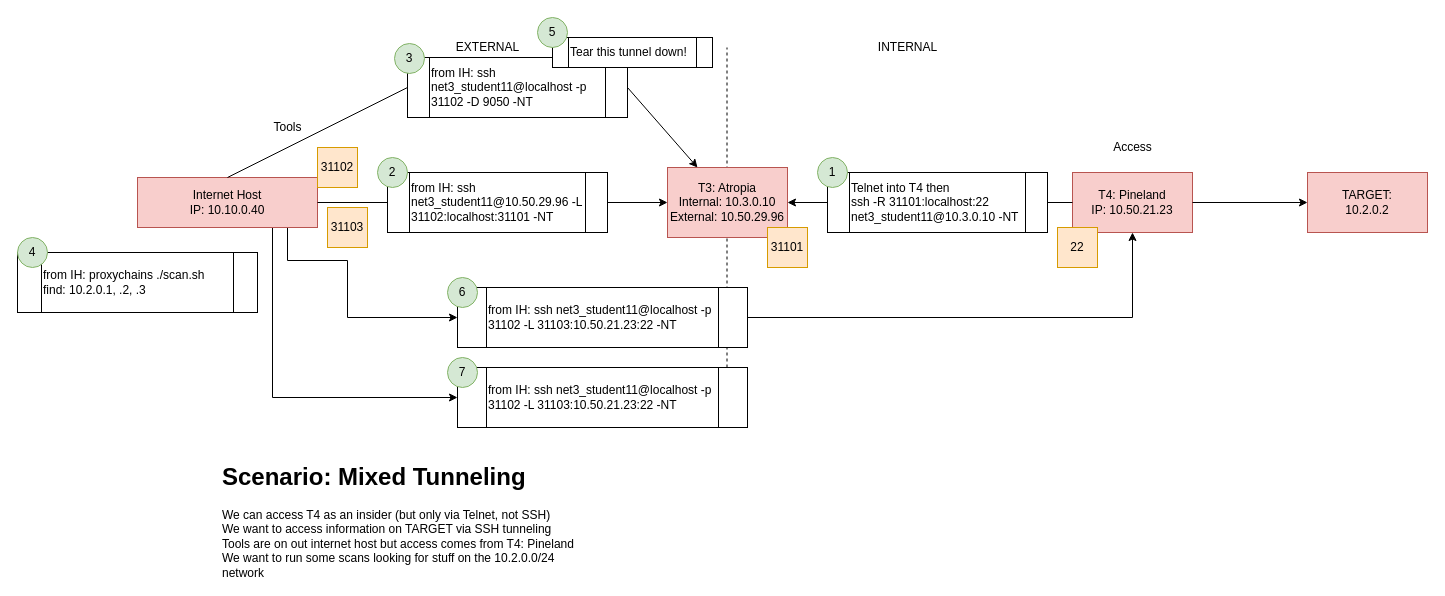
Above: ctf/CTF_tunneling8.drawio in abfarr/cctc (draw.io), before the change. Source tidied: cells renumbered, new cells numbered last; positions are measured from the earlier drawing's top-left corner, leaving out a move shared by most shapes. Both pictures are drawn from the tidied source at 100%, with x=0, y=0 at pixel (17, 17).
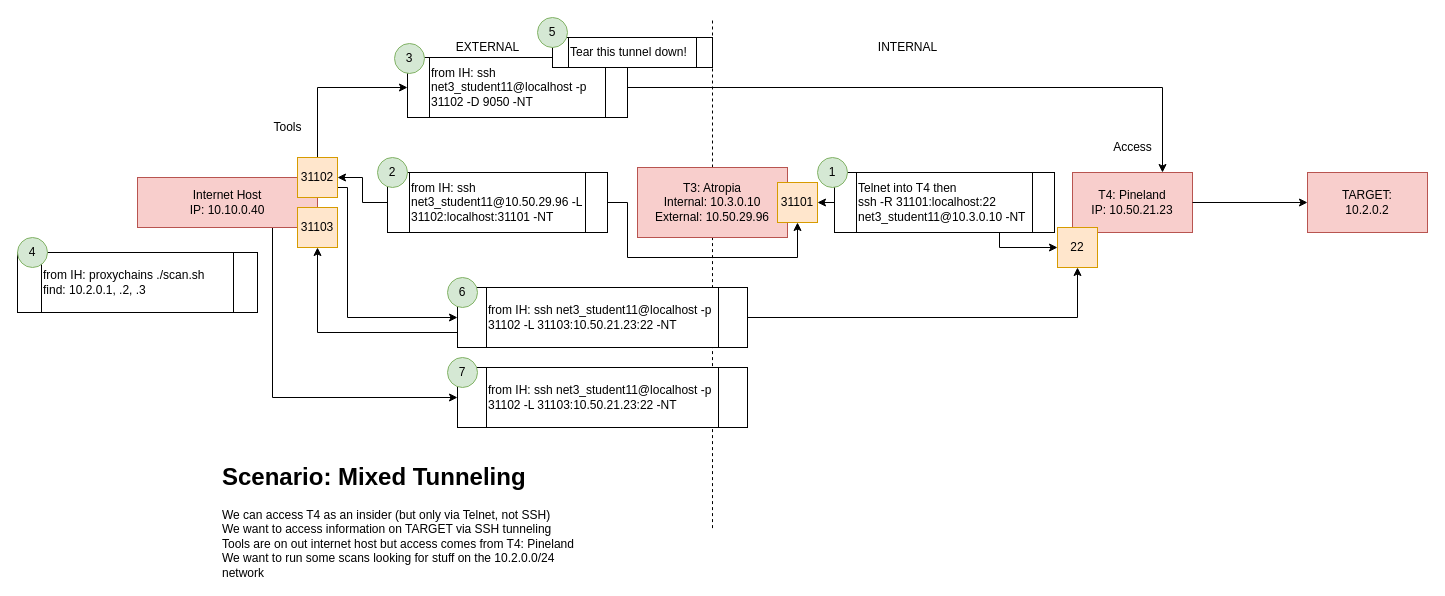
The same page after the edit.

Unchanged cells that the change refers to:
```xml
<mxCell id="5" value="Internet Host&lt;br&gt;IP: 10.10.0.40" style="rounded=0;whiteSpace=wrap;html=1;fillColor=#f8cecc;strokeColor=#b85450;" parent="1" vertex="1">
  <mxGeometry x="120" y="160" width="180" height="50" as="geometry" />
</mxCell>
<mxCell id="10" value="T4: Pineland&lt;br&gt;IP: 10.50.21.23" style="rounded=0;whiteSpace=wrap;html=1;fillColor=#f8cecc;strokeColor=#b85450;" parent="1" vertex="1">
  <mxGeometry x="1055" y="155" width="120" height="60" as="geometry" />
</mxCell>
<mxCell id="17" value="22" style="whiteSpace=wrap;html=1;fillColor=#ffe6cc;strokeColor=#d79b00;" parent="1" vertex="1">
  <mxGeometry x="1040" y="210" width="40" height="40" as="geometry" />
</mxCell>
<mxCell id="21" value="from IH: ssh net3_student11@10.50.29.96 -L 31102:localhost:31101 -NT" style="shape=process;whiteSpace=wrap;html=1;backgroundOutline=1;align=left;" parent="1" vertex="1">
  <mxGeometry x="370" y="155" width="220" height="60" as="geometry" />
</mxCell>
<mxCell id="25" value="from IH: ssh net3_student11@localhost -p 31102 -D 9050 -NT" style="shape=process;whiteSpace=wrap;html=1;backgroundOutline=1;align=left;" parent="1" vertex="1">
  <mxGeometry x="390" y="40" width="220" height="60" as="geometry" />
</mxCell>
<mxCell id="35" value="from IH:&amp;nbsp;ssh net3_student11@localhost -p 31102 -L 31103:10.50.21.23:22 -NT" style="shape=process;whiteSpace=wrap;html=1;backgroundOutline=1;align=left;" parent="1" vertex="1">
  <mxGeometry x="440" y="270" width="290" height="60" as="geometry" />
</mxCell>
```

The edit, as a diff of the source:
```diff
@@
-    <mxCell id="2" style="endArrow=none;dashed=1;html=1;rounded=0;" parent="1" edge="1">
+    <mxCell id="2" style="endArrow=none;dashed=1;html=1;rounded=0;startArrow=none;" parent="1" edge="1" source="7">
       <mxGeometry relative="1" as="geometry">
-        <mxPoint x="709.5" y="350" as="sourcePoint" />
-        <mxPoint x="709.5" y="30" as="targetPoint" />
+        <mxPoint x="695" as="targetPoint" />
       </mxGeometry>
     </mxCell>
+    <mxCell id="40" style="endArrow=none;dashed=1;html=1;rounded=0;" parent="1" edge="1" target="7">
+      <mxGeometry relative="1" as="geometry">
+        <mxPoint x="695" y="510.6" as="sourcePoint" />
+      </mxGeometry>
+    </mxCell>
-    <mxCell id="3" style="edgeStyle=orthogonalEdgeStyle;rounded=0;jettySize=auto;html=1;entryX=0;entryY=0.5;entryDx=0;entryDy=0;startArrow=none;exitX=0.5;exitY=1;exitDx=0;exitDy=0;" parent="1" edge="1" source="5" target="35">
+    <mxCell id="3" style="edgeStyle=orthogonalEdgeStyle;rounded=0;jettySize=auto;html=1;entryX=0;entryY=0.5;entryDx=0;entryDy=0;startArrow=none;exitX=1;exitY=0.75;exitDx=0;exitDy=0;" parent="1" edge="1" source="28" target="35">
       <mxGeometry relative="1" as="geometry">
         <Array as="points">
-          <mxPoint x="270" y="243" />
-          <mxPoint x="330" y="243" />
+          <mxPoint x="330" y="170" />
           <mxPoint x="330" y="300" />
         </Array>
       </mxGeometry>
     </mxCell>
@@
-    <mxCell id="7" value="T3: Atropia&lt;br&gt;Internal: 10.3.0.10&lt;br&gt;External: 10.50.29.96" style="rounded=0;whiteSpace=wrap;html=1;fillColor=#f8cecc;strokeColor=#b85450;" parent="1" vertex="1">
-      <mxGeometry x="650" y="150" width="120" height="70" as="geometry" />
-    </mxCell>
@@
-    <mxCell id="12" style="endArrow=classic;html=1;rounded=0;exitX=1;exitY=0.5;exitDx=0;exitDy=0;entryX=0;entryY=0.5;entryDx=0;entryDy=0;startArrow=none;" parent="1" edge="1" source="21" target="7">
-      <mxGeometry relative="1" as="geometry" />
-    </mxCell>
@@
-    <mxCell id="14" style="endArrow=classic;html=1;rounded=0;exitX=0;exitY=0.5;exitDx=0;exitDy=0;entryX=1;entryY=0.5;entryDx=0;entryDy=0;startArrow=none;" parent="1" edge="1" source="18" target="7">
-      <mxGeometry relative="1" as="geometry" />
-    </mxCell>
@@
-    <mxCell id="16" value="31101" style="whiteSpace=wrap;html=1;fillColor=#ffe6cc;strokeColor=#d79b00;" parent="1" vertex="1">
-      <mxGeometry x="750" y="210" width="40" height="40" as="geometry" />
-    </mxCell>
@@
+    <mxCell id="41" style="edgeStyle=orthogonalEdgeStyle;rounded=0;jettySize=auto;html=1;exitX=0;exitY=0.5;exitDx=0;exitDy=0;entryX=1;entryY=0.5;entryDx=0;entryDy=0;" parent="1" edge="1" source="18" target="16">
+      <mxGeometry relative="1" as="geometry" />
+    </mxCell>
+    <mxCell id="42" style="edgeStyle=orthogonalEdgeStyle;rounded=0;jettySize=auto;html=1;exitX=0.75;exitY=1;exitDx=0;exitDy=0;entryX=0;entryY=0.5;entryDx=0;entryDy=0;" parent="1" edge="1" source="18" target="17">
+      <mxGeometry relative="1" as="geometry">
+        <Array as="points">
+          <mxPoint x="982" y="230" />
+        </Array>
+      </mxGeometry>
+    </mxCell>
     <mxCell id="18" value="Telnet into T4 then&lt;br&gt;ssh -R 31101:localhost:22 net3_student11@10.3.0.10 -NT" style="shape=process;whiteSpace=wrap;html=1;backgroundOutline=1;align=left;" parent="1" vertex="1">
-      <mxGeometry x="810" y="155" width="220" height="60" as="geometry" />
+      <mxGeometry x="817" y="155" width="220" height="60" as="geometry" />
     </mxCell>
-    <mxCell id="19" style="endArrow=none;html=1;rounded=0;exitX=0;exitY=0.5;exitDx=0;exitDy=0;entryX=1;entryY=0.5;entryDx=0;entryDy=0;" parent="1" edge="1" source="10" target="18">
-      <mxGeometry relative="1" as="geometry" />
-    </mxCell>
@@
+    <mxCell id="43" style="edgeStyle=orthogonalEdgeStyle;rounded=0;jettySize=auto;html=1;exitX=1;exitY=0.5;exitDx=0;exitDy=0;entryX=0.5;entryY=1;entryDx=0;entryDy=0;" parent="1" edge="1" source="21" target="16">
+      <mxGeometry relative="1" as="geometry">
+        <Array as="points">
+          <mxPoint x="610" y="185" />
+          <mxPoint x="610" y="240" />
+          <mxPoint x="780" y="240" />
+        </Array>
+      </mxGeometry>
+    </mxCell>
+    <mxCell id="44" style="edgeStyle=orthogonalEdgeStyle;rounded=0;jettySize=auto;html=1;exitX=0;exitY=0.5;exitDx=0;exitDy=0;entryX=1;entryY=0.5;entryDx=0;entryDy=0;" parent="1" edge="1" source="21" target="28">
+      <mxGeometry relative="1" as="geometry" />
+    </mxCell>
@@
-    <mxCell id="22" style="endArrow=none;html=1;rounded=0;exitX=1;exitY=0.5;exitDx=0;exitDy=0;entryX=0;entryY=0.5;entryDx=0;entryDy=0;" parent="1" edge="1" source="5" target="21">
-      <mxGeometry relative="1" as="geometry" />
-    </mxCell>
@@
+    <mxCell id="45" style="edgeStyle=orthogonalEdgeStyle;rounded=0;jettySize=auto;html=1;exitX=1;exitY=0.5;exitDx=0;exitDy=0;entryX=0.75;entryY=0;entryDx=0;entryDy=0;" parent="1" edge="1" source="25" target="10">
+      <mxGeometry relative="1" as="geometry" />
+    </mxCell>
@@
-    <mxCell id="26" style="endArrow=classic;html=1;rounded=0;exitX=1;exitY=0.5;exitDx=0;exitDy=0;entryX=0.25;entryY=0;entryDx=0;entryDy=0;" parent="1" edge="1" source="25" target="7">
-      <mxGeometry relative="1" as="geometry" />
-    </mxCell>
-    <mxCell id="27" style="endArrow=none;html=1;rounded=0;exitX=0;exitY=0.5;exitDx=0;exitDy=0;entryX=0.5;entryY=0;entryDx=0;entryDy=0;" parent="1" edge="1" source="25" target="5">
-      <mxGeometry relative="1" as="geometry" />
-    </mxCell>
-    <mxCell id="28" value="31102" style="whiteSpace=wrap;html=1;fillColor=#ffe6cc;strokeColor=#d79b00;" parent="1" vertex="1">
-      <mxGeometry x="300" y="130" width="40" height="40" as="geometry" />
-    </mxCell>
@@
-    <mxCell id="34" style="edgeStyle=orthogonalEdgeStyle;rounded=0;jettySize=auto;html=1;entryX=0.5;entryY=1;entryDx=0;entryDy=0;" parent="1" edge="1" source="35" target="10">
+    <mxCell id="34" style="edgeStyle=orthogonalEdgeStyle;rounded=0;jettySize=auto;html=1;entryX=0.5;entryY=1;entryDx=0;entryDy=0;" parent="1" edge="1" source="35" target="17">
       <mxGeometry relative="1" as="geometry" />
     </mxCell>
+    <mxCell id="46" style="edgeStyle=orthogonalEdgeStyle;rounded=0;jettySize=auto;html=1;exitX=0;exitY=0.75;exitDx=0;exitDy=0;entryX=0.5;entryY=1;entryDx=0;entryDy=0;" parent="1" edge="1" source="35" target="36">
+      <mxGeometry relative="1" as="geometry" />
+    </mxCell>
@@
     <mxCell id="36" value="31103" style="whiteSpace=wrap;html=1;fillColor=#ffe6cc;strokeColor=#d79b00;" parent="1" vertex="1">
-      <mxGeometry x="310" y="190" width="40" height="40" as="geometry" />
+      <mxGeometry x="280" y="190" width="40" height="40" as="geometry" />
     </mxCell>
@@
+    <mxCell id="47" style="edgeStyle=orthogonalEdgeStyle;rounded=0;jettySize=auto;html=1;exitX=0.5;exitY=0;exitDx=0;exitDy=0;entryX=0;entryY=0.5;entryDx=0;entryDy=0;" parent="1" edge="1" source="28" target="25">
+      <mxGeometry relative="1" as="geometry" />
+    </mxCell>
+    <mxCell id="28" value="31102" style="whiteSpace=wrap;html=1;fillColor=#ffe6cc;strokeColor=#d79b00;" parent="1" vertex="1">
+      <mxGeometry x="280" y="140" width="40" height="40" as="geometry" />
+    </mxCell>
+    <mxCell id="7" value="T3: Atropia&lt;br&gt;Internal: 10.3.0.10&lt;br&gt;External: 10.50.29.96" style="rounded=0;whiteSpace=wrap;html=1;fillColor=#f8cecc;strokeColor=#b85450;" parent="1" vertex="1">
+      <mxGeometry x="620" y="150" width="150" height="70" as="geometry" />
+    </mxCell>
+    <mxCell id="16" value="31101" style="whiteSpace=wrap;html=1;fillColor=#ffe6cc;strokeColor=#d79b00;" parent="1" vertex="1">
+      <mxGeometry x="760" y="165" width="40" height="40" as="geometry" />
+    </mxCell>
```
